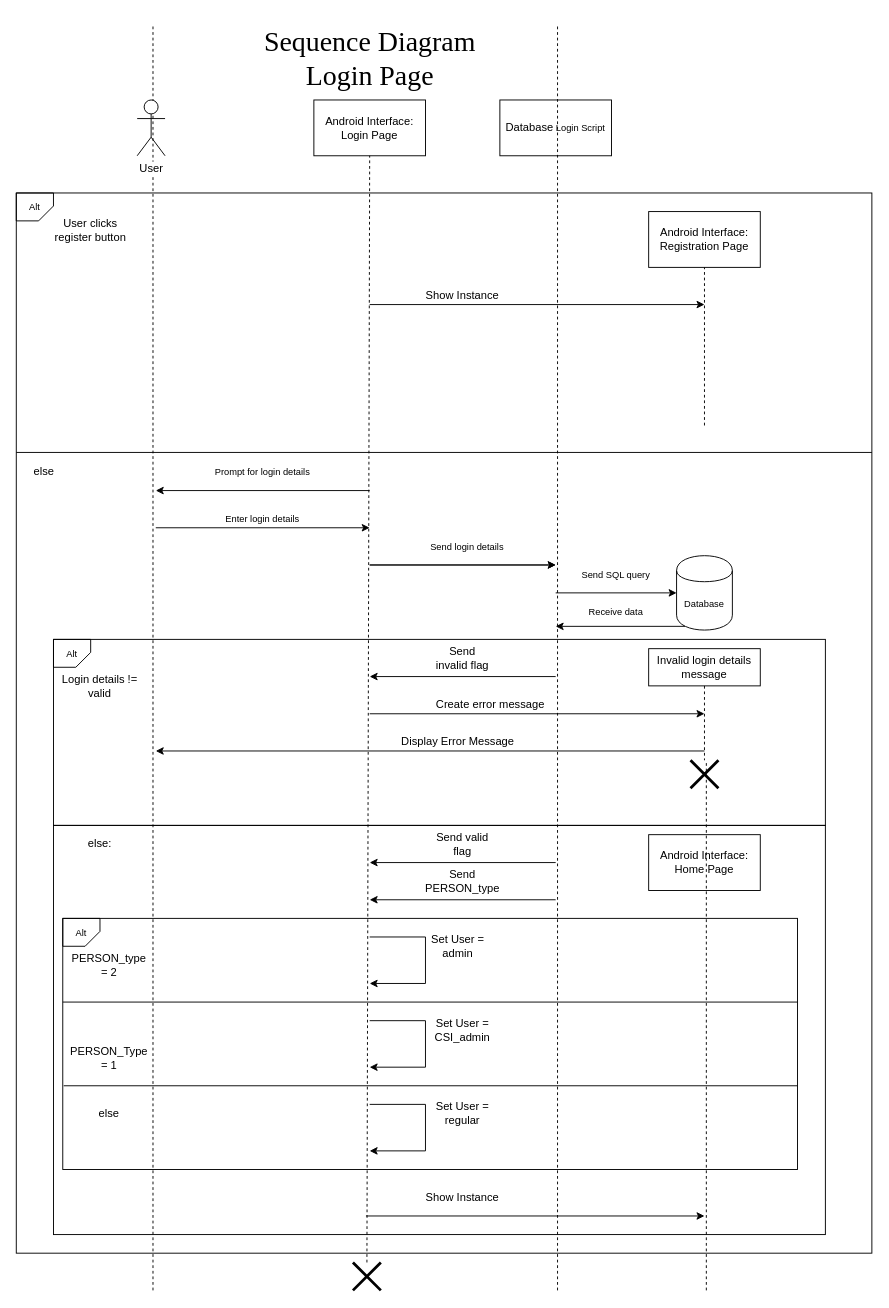
This is Diagrams/Sequence_Diagram_Login.drawio from Makizoro/Overclock, a draw.io file, before an edit. Source tidied: cells renumbered, new cells numbered last; positions are measured from the earlier drawing's top-left corner, leaving out a move shared by most shapes. Both pictures are drawn from the tidied source at 93%, with x=0, y=0 at pixel (16, 16).
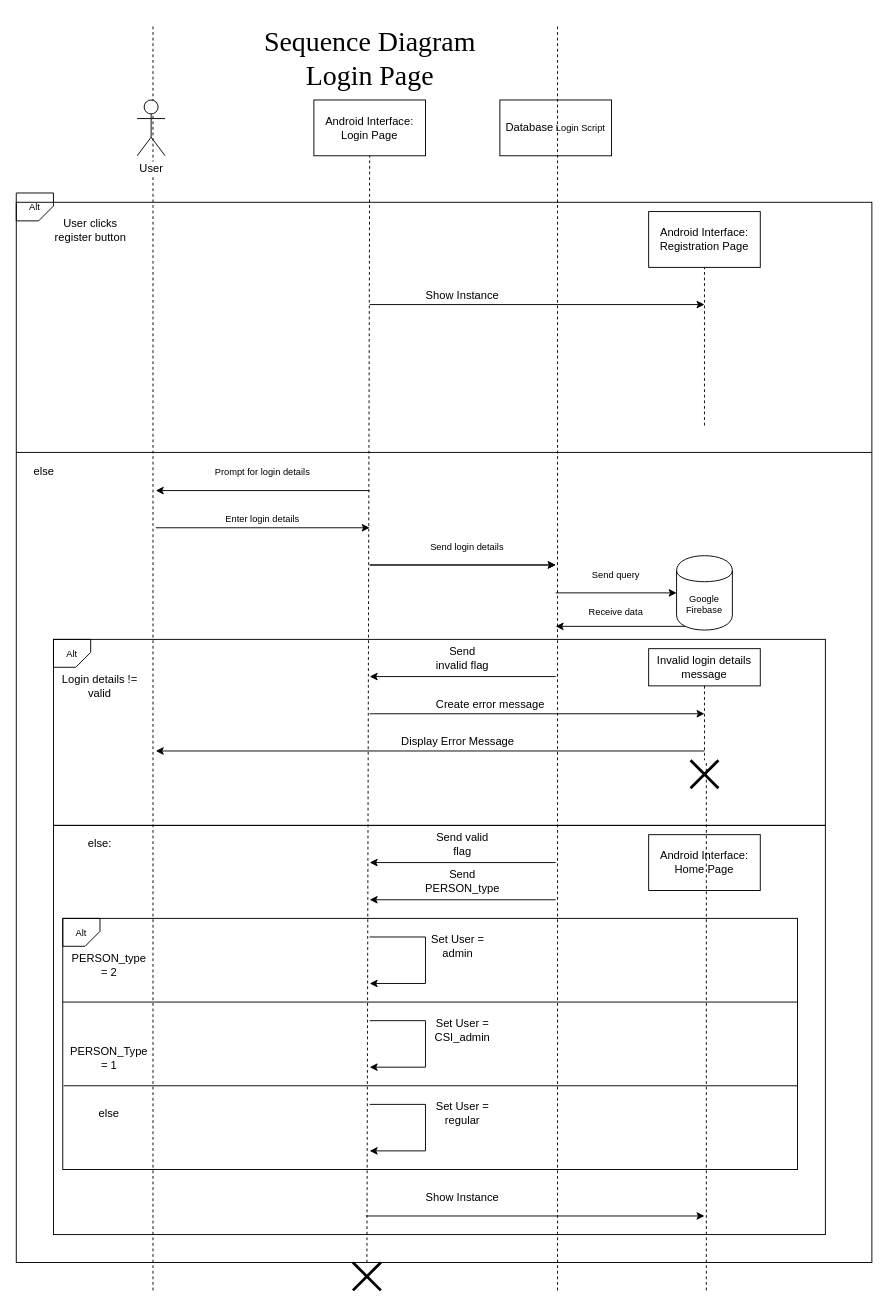
The same page after the edit.

The edit, as a diff of the source:
```diff
@@
     <mxCell id="2" style="rounded=0;whiteSpace=wrap;html=1;fontSize=10;fillColor=none;" parent="1" vertex="1">
-      <mxGeometry y="190" width="920" height="1140" as="geometry" />
+      <mxGeometry y="200" width="920" height="1140" as="geometry" />
     </mxCell>
@@
-    <mxCell id="18" value="Database" style="shape=cylinder;whiteSpace=wrap;html=1;boundedLbl=1;backgroundOutline=1;fillColor=none;fontSize=10;" parent="1" vertex="1">
+    <mxCell id="18" value="Google Firebase" style="shape=cylinder;whiteSpace=wrap;html=1;boundedLbl=1;backgroundOutline=1;fillColor=none;fontSize=10;" parent="1" vertex="1">
       <mxGeometry x="710" y="580" width="60" height="80" as="geometry" />
     </mxCell>
@@
-    <mxCell id="20" value="Send SQL query" style="text;html=1;strokeColor=none;fillColor=none;align=center;verticalAlign=middle;whiteSpace=wrap;rounded=0;fontSize=10;" parent="1" vertex="1">
+    <mxCell id="20" value="Send query" style="text;html=1;strokeColor=none;fillColor=none;align=center;verticalAlign=middle;whiteSpace=wrap;rounded=0;fontSize=10;" parent="1" vertex="1">
       <mxGeometry x="590" y="590" width="110" height="20" as="geometry" />
     </mxCell>
```
